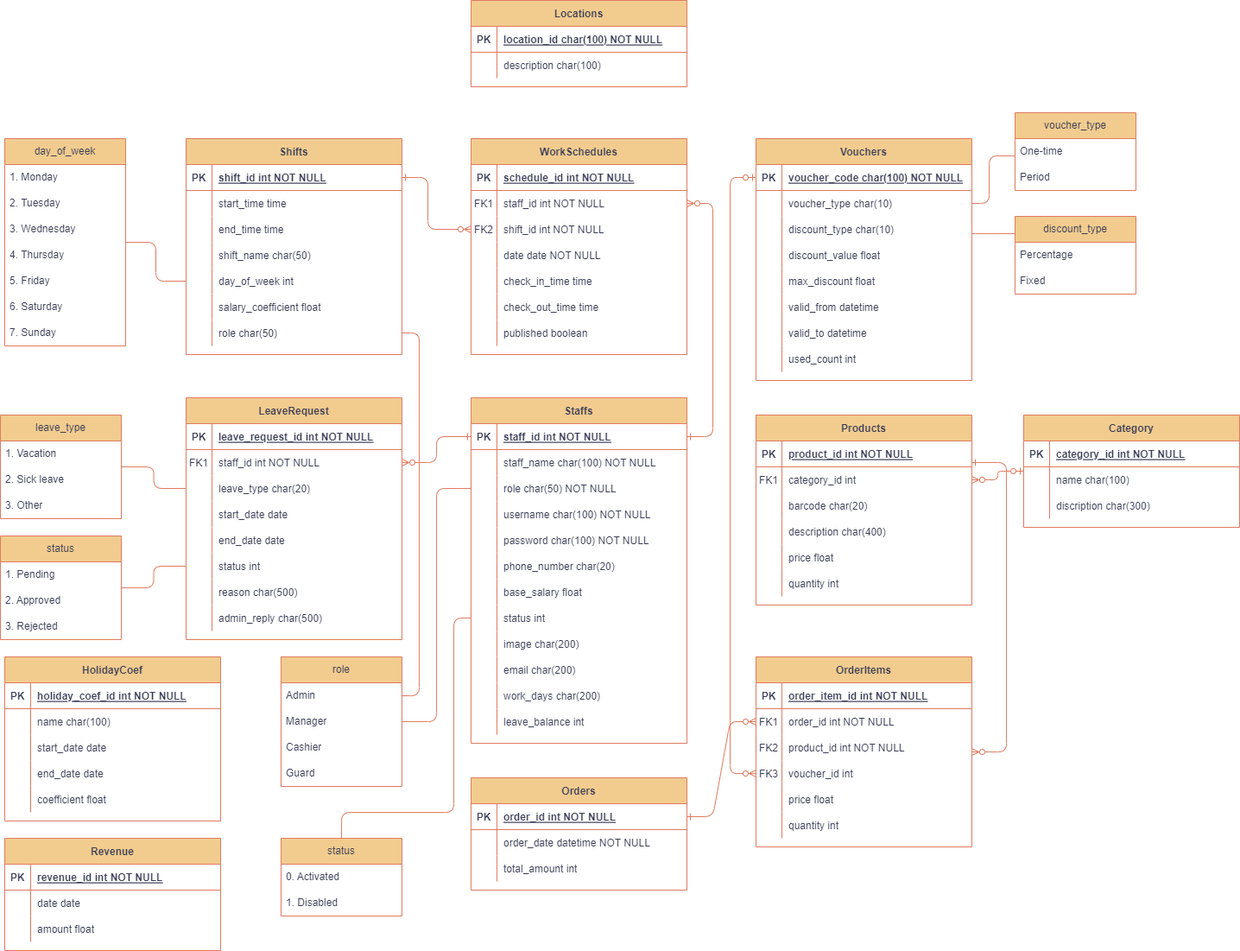
Earlier version of the draw.io export diagram/ERD.png (HieuNghia0000/SWP-Team-3). Source tidied: cells renumbered, new cells last; positions are measured from the earlier drawing's top-left corner, leaving out a move shared by most shapes.
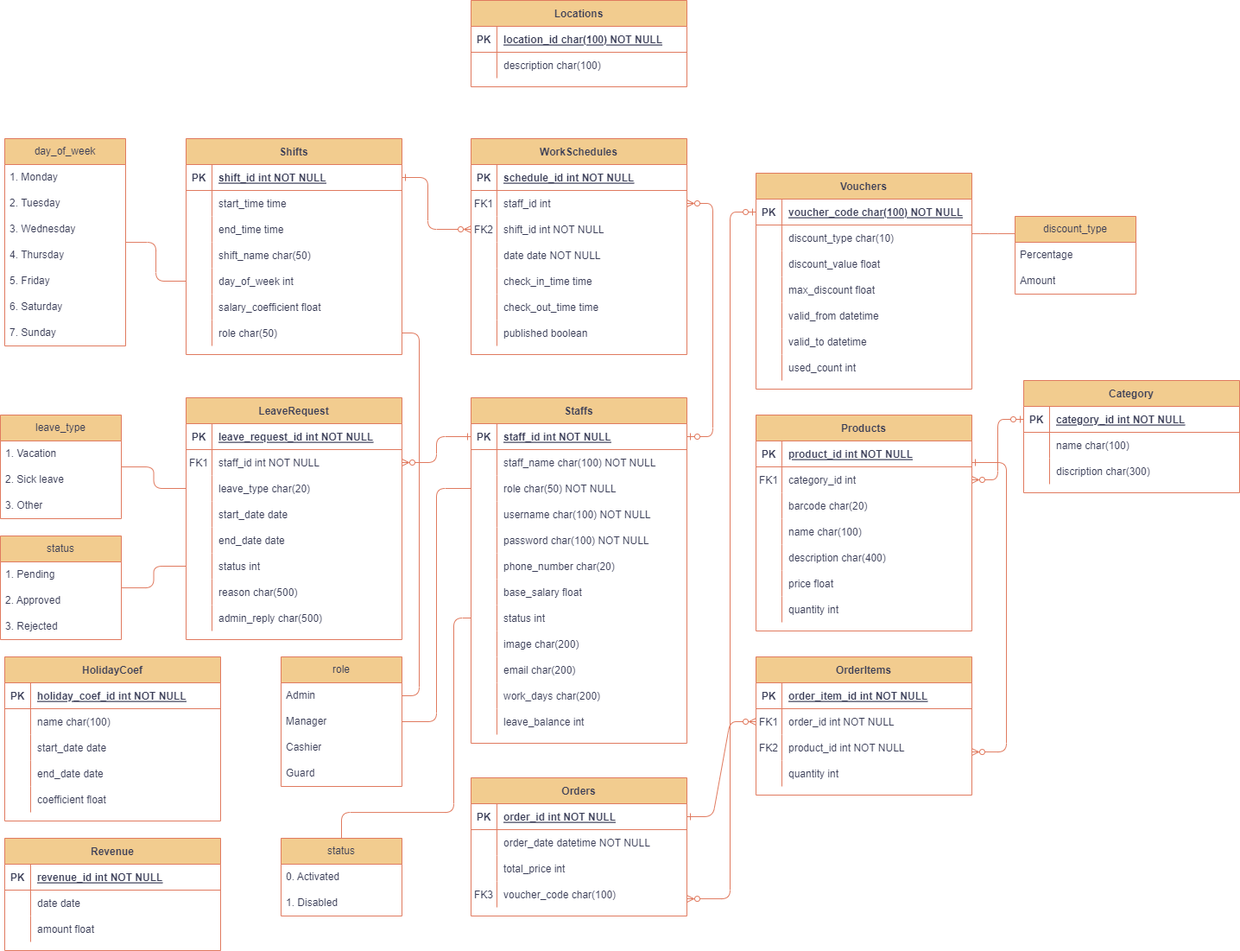
Above is the later version.

Change to the diagram source:
```diff
@@ -5,3 +5,3 @@
     <mxCell id="2" value="Products" style="shape=table;startSize=30;rowLines=0;fontStyle=1;align=center;labelBackgroundColor=none;fillColor=#F2CC8F;strokeColor=#E07A5F;fontColor=#393C56;" parent="1" vertex="1">
-      <mxGeometry x="875" y="480" width="250" height="220" as="geometry" />
+      <mxGeometry x="875" y="480" width="250" height="250" as="geometry" />
     </mxCell>
@@ -34,4 +34,13 @@
     </mxCell>
+    <mxCell id="269" style="shape=partialRectangle;fillColor=none;top=0;left=0;right=0;bottom=0;labelBackgroundColor=none;strokeColor=#E07A5F;fontColor=#393C56;" parent="2" vertex="1">
+      <mxGeometry y="120" width="250" height="30" as="geometry" />
+    </mxCell>
+    <mxCell id="270" style="shape=partialRectangle;overflow=hidden;fillColor=none;top=0;left=0;bottom=0;right=0;labelBackgroundColor=none;strokeColor=#E07A5F;fontColor=#393C56;" parent="269" vertex="1">
+      <mxGeometry width="30" height="30" as="geometry" />
+    </mxCell>
+    <mxCell id="271" value="name char(100)" style="shape=partialRectangle;overflow=hidden;fillColor=none;top=0;left=0;bottom=0;right=0;align=left;spacingLeft=6;labelBackgroundColor=none;strokeColor=#E07A5F;fontColor=#393C56;" parent="269" vertex="1">
+      <mxGeometry x="30" width="220" height="30" as="geometry" />
+    </mxCell>
     <mxCell id="12" style="shape=partialRectangle;fillColor=none;top=0;left=0;right=0;bottom=0;labelBackgroundColor=none;strokeColor=#E07A5F;fontColor=#393C56;" parent="2" vertex="1">
-      <mxGeometry y="120" width="250" height="30" as="geometry" />
+      <mxGeometry y="150" width="250" height="30" as="geometry" />
     </mxCell>
@@ -44,3 +53,3 @@
     <mxCell id="15" style="shape=partialRectangle;fillColor=none;top=0;left=0;right=0;bottom=0;labelBackgroundColor=none;strokeColor=#E07A5F;fontColor=#393C56;" parent="2" vertex="1">
-      <mxGeometry y="150" width="250" height="30" as="geometry" />
+      <mxGeometry y="180" width="250" height="30" as="geometry" />
     </mxCell>
@@ -53,3 +62,3 @@
     <mxCell id="18" style="shape=partialRectangle;fillColor=none;top=0;left=0;right=0;bottom=0;labelBackgroundColor=none;strokeColor=#E07A5F;fontColor=#393C56;" parent="2" vertex="1">
-      <mxGeometry y="180" width="250" height="30" as="geometry" />
+      <mxGeometry y="210" width="250" height="30" as="geometry" />
     </mxCell>
@@ -62,3 +71,3 @@
     <mxCell id="21" value="Orders" style="shape=table;startSize=30;rowLines=0;fontStyle=1;align=center;labelBackgroundColor=none;fillColor=#F2CC8F;strokeColor=#E07A5F;fontColor=#393C56;" parent="1" vertex="1">
-      <mxGeometry x="545" y="900" width="250" height="130" as="geometry" />
+      <mxGeometry x="545" y="900" width="250" height="160" as="geometry" />
     </mxCell>
@@ -88,5 +97,14 @@
     </mxCell>
-    <mxCell id="30" value="total_amount int" style="shape=partialRectangle;overflow=hidden;fillColor=none;top=0;left=0;bottom=0;right=0;align=left;spacingLeft=6;labelBackgroundColor=none;strokeColor=#E07A5F;fontColor=#393C56;" parent="28" vertex="1">
+    <mxCell id="30" value="total_price int" style="shape=partialRectangle;overflow=hidden;fillColor=none;top=0;left=0;bottom=0;right=0;align=left;spacingLeft=6;labelBackgroundColor=none;strokeColor=#E07A5F;fontColor=#393C56;" parent="28" vertex="1">
       <mxGeometry x="30" width="220" height="30" as="geometry" />
     </mxCell>
+    <mxCell id="78" style="shape=partialRectangle;fillColor=none;points=[[0,0.5],[1,0.5]];portConstraint=eastwest;top=0;left=0;right=0;bottom=0;labelBackgroundColor=none;strokeColor=#E07A5F;fontColor=#393C56;" parent="21" vertex="1">
+      <mxGeometry y="120" width="250" height="30" as="geometry" />
+    </mxCell>
+    <mxCell id="79" value="FK3" style="shape=partialRectangle;overflow=hidden;fillColor=none;top=0;left=0;bottom=0;right=0;labelBackgroundColor=none;strokeColor=#E07A5F;fontColor=#393C56;" parent="78" vertex="1">
+      <mxGeometry width="30" height="30" as="geometry" />
+    </mxCell>
+    <mxCell id="80" value="voucher_code char(100)" style="shape=partialRectangle;overflow=hidden;fillColor=none;top=0;left=0;bottom=0;right=0;align=left;spacingLeft=6;labelBackgroundColor=none;strokeColor=#E07A5F;fontColor=#393C56;" parent="78" vertex="1">
+      <mxGeometry x="30" width="220" height="30" as="geometry" />
+    </mxCell>
     <mxCell id="31" value="Staffs" style="shape=table;startSize=30;rowLines=0;fontStyle=1;align=center;labelBackgroundColor=none;fillColor=#F2CC8F;strokeColor=#E07A5F;fontColor=#393C56;" parent="1" vertex="1">
@@ -203,3 +221,3 @@
     <mxCell id="68" value="OrderItems" style="shape=table;startSize=30;rowLines=0;fontStyle=1;align=center;labelBackgroundColor=none;fillColor=#F2CC8F;strokeColor=#E07A5F;fontColor=#393C56;" parent="1" vertex="1">
-      <mxGeometry x="875" y="760" width="250" height="220" as="geometry" />
+      <mxGeometry x="875" y="760" width="250" height="160" as="geometry" />
     </mxCell>
@@ -232,22 +250,4 @@
     </mxCell>
-    <mxCell id="78" style="shape=partialRectangle;fillColor=none;points=[[0,0.5],[1,0.5]];portConstraint=eastwest;top=0;left=0;right=0;bottom=0;labelBackgroundColor=none;strokeColor=#E07A5F;fontColor=#393C56;" parent="68" vertex="1">
-      <mxGeometry y="120" width="250" height="30" as="geometry" />
-    </mxCell>
-    <mxCell id="79" value="FK3" style="shape=partialRectangle;overflow=hidden;fillColor=none;top=0;left=0;bottom=0;right=0;labelBackgroundColor=none;strokeColor=#E07A5F;fontColor=#393C56;" parent="78" vertex="1">
-      <mxGeometry width="30" height="30" as="geometry" />
-    </mxCell>
-    <mxCell id="80" value="voucher_id int" style="shape=partialRectangle;overflow=hidden;fillColor=none;top=0;left=0;bottom=0;right=0;align=left;spacingLeft=6;labelBackgroundColor=none;strokeColor=#E07A5F;fontColor=#393C56;" parent="78" vertex="1">
-      <mxGeometry x="30" width="220" height="30" as="geometry" />
-    </mxCell>
-    <mxCell id="81" style="shape=partialRectangle;fillColor=none;top=0;left=0;right=0;bottom=0;labelBackgroundColor=none;strokeColor=#E07A5F;fontColor=#393C56;" parent="68" vertex="1">
-      <mxGeometry y="150" width="250" height="30" as="geometry" />
-    </mxCell>
-    <mxCell id="82" style="shape=partialRectangle;overflow=hidden;fillColor=none;top=0;left=0;bottom=0;right=0;labelBackgroundColor=none;strokeColor=#E07A5F;fontColor=#393C56;" parent="81" vertex="1">
-      <mxGeometry width="30" height="30" as="geometry" />
-    </mxCell>
-    <mxCell id="83" value="price float" style="shape=partialRectangle;overflow=hidden;fillColor=none;top=0;left=0;bottom=0;right=0;align=left;spacingLeft=6;labelBackgroundColor=none;strokeColor=#E07A5F;fontColor=#393C56;" parent="81" vertex="1">
-      <mxGeometry x="30" width="220" height="30" as="geometry" />
-    </mxCell>
     <mxCell id="84" style="shape=partialRectangle;fillColor=none;top=0;left=0;right=0;bottom=0;labelBackgroundColor=none;strokeColor=#E07A5F;fontColor=#393C56;" parent="68" vertex="1">
-      <mxGeometry y="180" width="250" height="30" as="geometry" />
+      <mxGeometry y="120" width="250" height="30" as="geometry" />
     </mxCell>
@@ -276,3 +276,3 @@
     </mxCell>
-    <mxCell id="91" value="Fixed" style="text;strokeColor=none;fillColor=none;align=left;verticalAlign=middle;spacingLeft=4;spacingRight=4;overflow=hidden;whiteSpace=wrap;html=1;labelBackgroundColor=none;fontColor=#393C56;" parent="89" vertex="1">
+    <mxCell id="91" value="Amount" style="text;strokeColor=none;fillColor=none;align=left;verticalAlign=middle;spacingLeft=4;spacingRight=4;overflow=hidden;whiteSpace=wrap;html=1;labelBackgroundColor=none;fontColor=#393C56;" parent="89" vertex="1">
       <mxGeometry y="60" width="140" height="30" as="geometry" />
@@ -297,3 +297,3 @@
     </mxCell>
-    <mxCell id="98" value="staff_id int NOT NULL" style="shape=partialRectangle;overflow=hidden;fillColor=none;top=0;left=0;bottom=0;right=0;align=left;spacingLeft=6;labelBackgroundColor=none;strokeColor=#E07A5F;fontColor=#393C56;" parent="96" vertex="1">
+    <mxCell id="98" value="staff_id int" style="shape=partialRectangle;overflow=hidden;fillColor=none;top=0;left=0;bottom=0;right=0;align=left;spacingLeft=6;labelBackgroundColor=none;strokeColor=#E07A5F;fontColor=#393C56;" parent="96" vertex="1">
       <mxGeometry x="30" width="220" height="30" as="geometry" />
@@ -372,3 +372,3 @@
     </mxCell>
-    <mxCell id="123" style="edgeStyle=orthogonalEdgeStyle;rounded=1;jumpStyle=none;jettySize=auto;html=1;startArrow=ERone;startFill=0;endArrow=ERzeroToMany;endFill=0;labelBackgroundColor=none;strokeColor=#E07A5F;fontColor=default;" parent="1" edge="1" source="32" target="96">
+    <mxCell id="123" style="edgeStyle=orthogonalEdgeStyle;rounded=1;jumpStyle=none;jettySize=auto;html=1;startArrow=ERzeroToOne;startFill=0;endArrow=ERzeroToMany;endFill=0;labelBackgroundColor=none;strokeColor=#E07A5F;fontColor=default;" parent="1" edge="1" source="32" target="96">
       <mxGeometry relative="1" as="geometry">
@@ -626,3 +626,3 @@
     <mxCell id="204" value="Vouchers" style="shape=table;startSize=30;rowLines=0;fontStyle=1;align=center;labelBackgroundColor=none;fillColor=#F2CC8F;strokeColor=#E07A5F;fontColor=#393C56;" parent="1" vertex="1">
-      <mxGeometry x="875" y="160" width="250" height="280" as="geometry" />
+      <mxGeometry x="875" y="200" width="250" height="250" as="geometry" />
     </mxCell>
@@ -637,13 +637,4 @@
     </mxCell>
-    <mxCell id="208" style="shape=partialRectangle;fillColor=none;points=[[0,0.5],[1,0.5]];portConstraint=eastwest;top=0;left=0;right=0;bottom=0;labelBackgroundColor=none;strokeColor=#E07A5F;fontColor=#393C56;" parent="204" vertex="1">
-      <mxGeometry y="60" width="250" height="30" as="geometry" />
-    </mxCell>
-    <mxCell id="209" style="shape=partialRectangle;overflow=hidden;fillColor=none;top=0;left=0;bottom=0;right=0;labelBackgroundColor=none;strokeColor=#E07A5F;fontColor=#393C56;" parent="208" vertex="1">
-      <mxGeometry width="30" height="30" as="geometry" />
-    </mxCell>
-    <mxCell id="210" value="voucher_type char(10)" style="shape=partialRectangle;overflow=hidden;fillColor=none;top=0;left=0;bottom=0;right=0;align=left;spacingLeft=6;labelBackgroundColor=none;strokeColor=#E07A5F;fontColor=#393C56;" parent="208" vertex="1">
-      <mxGeometry x="30" width="220" height="30" as="geometry" />
-    </mxCell>
     <mxCell id="211" style="shape=partialRectangle;fillColor=none;points=[[0,0.5],[1,0.5]];portConstraint=eastwest;top=0;left=0;right=0;bottom=0;labelBackgroundColor=none;strokeColor=#E07A5F;fontColor=#393C56;" parent="204" vertex="1">
-      <mxGeometry y="90" width="250" height="30" as="geometry" />
+      <mxGeometry y="60" width="250" height="30" as="geometry" />
     </mxCell>
@@ -656,3 +647,3 @@
     <mxCell id="214" style="shape=partialRectangle;fillColor=none;top=0;left=0;right=0;bottom=0;labelBackgroundColor=none;strokeColor=#E07A5F;fontColor=#393C56;" parent="204" vertex="1">
-      <mxGeometry y="120" width="250" height="30" as="geometry" />
+      <mxGeometry y="90" width="250" height="30" as="geometry" />
     </mxCell>
@@ -665,3 +656,3 @@
     <mxCell id="217" style="shape=partialRectangle;fillColor=none;top=0;left=0;right=0;bottom=0;labelBackgroundColor=none;strokeColor=#E07A5F;fontColor=#393C56;" parent="204" vertex="1">
-      <mxGeometry y="150" width="250" height="30" as="geometry" />
+      <mxGeometry y="120" width="250" height="30" as="geometry" />
     </mxCell>
@@ -674,3 +665,3 @@
     <mxCell id="220" style="shape=partialRectangle;fillColor=none;top=0;left=0;right=0;bottom=0;labelBackgroundColor=none;strokeColor=#E07A5F;fontColor=#393C56;" parent="204" vertex="1">
-      <mxGeometry y="180" width="250" height="30" as="geometry" />
+      <mxGeometry y="150" width="250" height="30" as="geometry" />
     </mxCell>
@@ -683,3 +674,3 @@
     <mxCell id="223" style="shape=partialRectangle;fillColor=none;top=0;left=0;right=0;bottom=0;labelBackgroundColor=none;strokeColor=#E07A5F;fontColor=#393C56;" parent="204" vertex="1">
-      <mxGeometry y="210" width="250" height="30" as="geometry" />
+      <mxGeometry y="180" width="250" height="30" as="geometry" />
     </mxCell>
@@ -692,3 +683,3 @@
     <mxCell id="226" style="shape=partialRectangle;fillColor=none;top=0;left=0;right=0;bottom=0;labelBackgroundColor=none;strokeColor=#E07A5F;fontColor=#393C56;" parent="204" vertex="1">
-      <mxGeometry y="240" width="250" height="30" as="geometry" />
+      <mxGeometry y="210" width="250" height="30" as="geometry" />
     </mxCell>
@@ -700,10 +691,2 @@
     </mxCell>
-    <mxCell id="229" style="edgeStyle=orthogonalEdgeStyle;jettySize=auto;html=1;rounded=1;endArrow=none;endFill=0;strokeColor=#E07A5F;labelBackgroundColor=none;fontColor=default;" parent="1" edge="1" source="208" target="237">
-      <mxGeometry relative="1" as="geometry">
-        <Array as="points">
-          <mxPoint x="1145" y="235" />
-          <mxPoint x="1145" y="180" />
-        </Array>
-      </mxGeometry>
-    </mxCell>
     <mxCell id="230" style="edgeStyle=orthogonalEdgeStyle;rounded=1;jettySize=auto;html=1;strokeColor=#E07A5F;fontColor=default;fillColor=#F2CC8F;endArrow=none;endFill=0;labelBackgroundColor=none;" parent="1" edge="1" source="211" target="89">
@@ -739,11 +722,2 @@
     </mxCell>
-    <mxCell id="237" value="voucher_type" style="swimlane;fontStyle=0;horizontal=1;startSize=30;whiteSpace=wrap;html=1;labelBackgroundColor=none;fillColor=#F2CC8F;strokeColor=#E07A5F;fontColor=#393C56;" parent="1" vertex="1">
-      <mxGeometry x="1175" y="130" width="140" height="90" as="geometry" />
-    </mxCell>
-    <mxCell id="238" value="One-time" style="text;strokeColor=none;fillColor=none;align=left;verticalAlign=middle;spacingLeft=4;spacingRight=4;overflow=hidden;whiteSpace=wrap;html=1;labelBackgroundColor=none;fontColor=#393C56;" parent="237" vertex="1">
-      <mxGeometry y="30" width="140" height="30" as="geometry" />
-    </mxCell>
-    <mxCell id="239" value="Period" style="text;strokeColor=none;fillColor=none;align=left;verticalAlign=middle;spacingLeft=4;spacingRight=4;overflow=hidden;whiteSpace=wrap;html=1;labelBackgroundColor=none;fontColor=#393C56;" parent="237" vertex="1">
-      <mxGeometry y="60" width="140" height="30" as="geometry" />
-    </mxCell>
     <mxCell id="240" value="&lt;div style=&quot;text-align: left;&quot;&gt;&lt;span style=&quot;background-color: initial;&quot;&gt;status&lt;/span&gt;&lt;/div&gt;" style="swimlane;fontStyle=0;horizontal=1;startSize=30;whiteSpace=wrap;html=1;labelBackgroundColor=none;fillColor=#F2CC8F;strokeColor=#E07A5F;fontColor=#393C56;" parent="1" vertex="1">
@@ -790,4 +764,4 @@
         <Array as="points">
-          <mxPoint x="845" y="205" />
-          <mxPoint x="845" y="895" />
+          <mxPoint x="845" y="245" />
+          <mxPoint x="845" y="1040" />
         </Array>
@@ -795,3 +769,3 @@
     </mxCell>
-    <mxCell id="252" style="edgeStyle=orthogonalEdgeStyle;rounded=1;jettySize=auto;html=1;strokeColor=#E07A5F;fontColor=default;fillColor=#F2CC8F;endArrow=ERzeroToOne;endFill=0;startArrow=ERzeroToMany;startFill=0;labelBackgroundColor=none;" parent="1" edge="1" source="6" target="253">
+    <mxCell id="252" style="edgeStyle=orthogonalEdgeStyle;rounded=1;jettySize=auto;html=1;strokeColor=#E07A5F;fontColor=default;fillColor=#F2CC8F;endArrow=ERzeroToOne;endFill=0;startArrow=ERzeroToMany;startFill=0;labelBackgroundColor=none;" parent="1" edge="1" source="6" target="254">
       <mxGeometry relative="1" as="geometry" />
@@ -799,3 +773,3 @@
     <mxCell id="253" value="Category" style="shape=table;startSize=30;rowLines=0;fontStyle=1;align=center;labelBackgroundColor=none;fillColor=#F2CC8F;strokeColor=#E07A5F;fontColor=#393C56;" parent="1" vertex="1">
-      <mxGeometry x="1185" y="480" width="250" height="130" as="geometry" />
+      <mxGeometry x="1185" y="440" width="250" height="130" as="geometry" />
     </mxCell>
```
